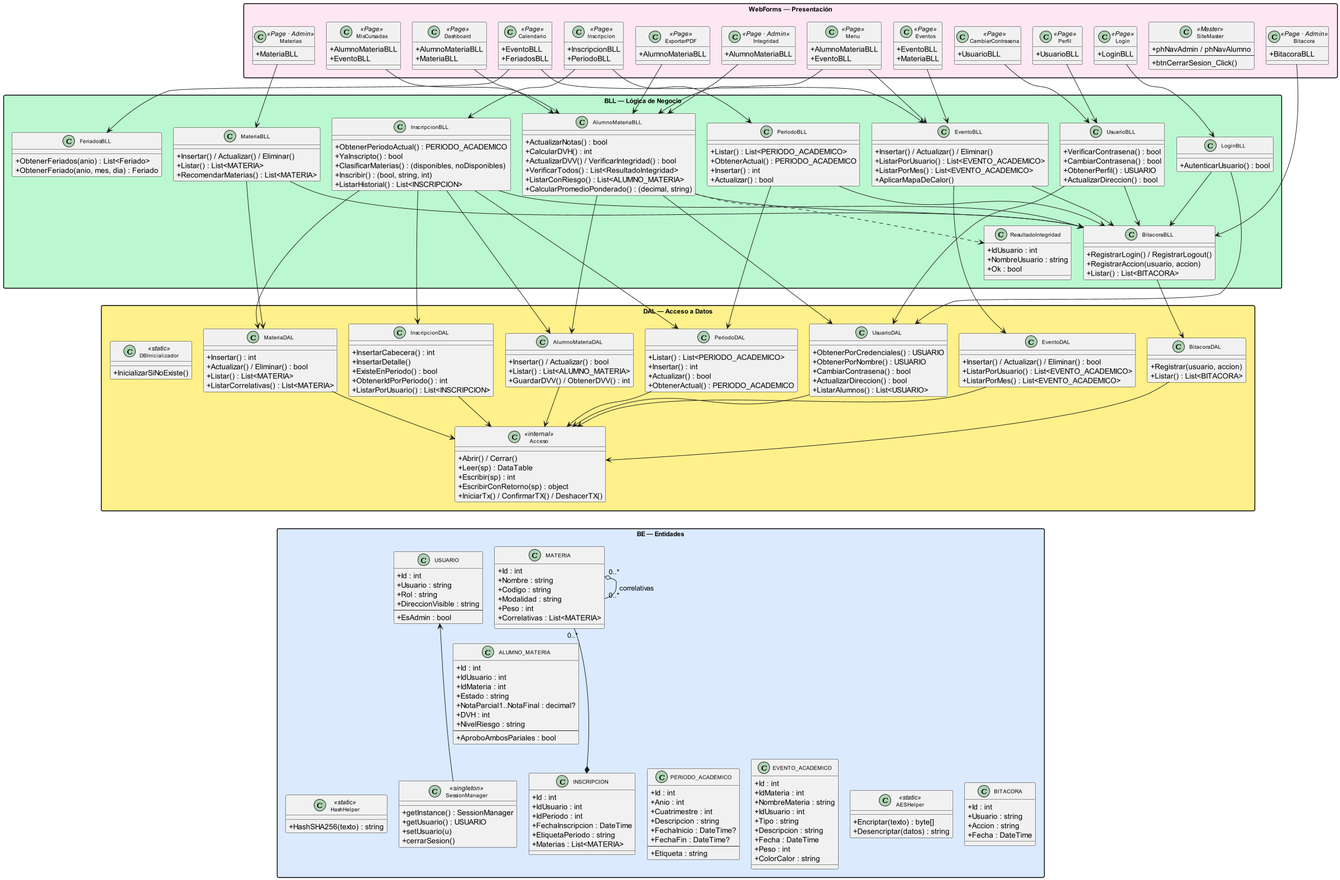
The PlantUML diagram DIAGRAMAS/DiagramaClases.png in Urrels/tpDYAWeb, before a commit.
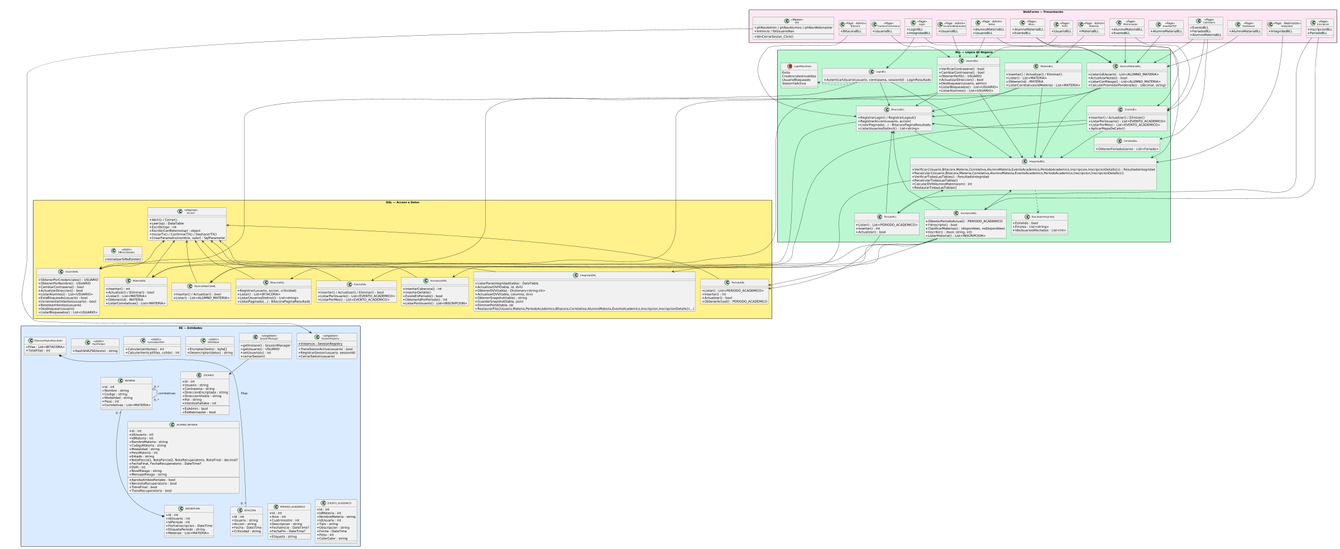
After the commit.

The edit, as a diff of the source:
```diff
@@ -1,4 +1,4 @@
-@startuml DiagramaClases
+@startuml
 top to bottom direction
 skinparam packageStyle rectangle
 skinparam classAttributeIconSize 0
@@ -14,10 +14,14 @@
   class USUARIO {
     +Id : int
     +Usuario : string
+    +Contrasena : string
+    +DireccionEncriptada : string
+    +DireccionVisible : string
     +Rol : string
-    +DireccionVisible : string
+    +IntentosFallidos : int
     --
     +EsAdmin : bool
+    +EsWebmaster : bool
   }
 
   class MATERIA {
@@ -33,12 +37,21 @@
     +Id : int
     +IdUsuario : int
     +IdMateria : int
+    +NombreMateria : string
+    +CodigoMateria : string
+    +Modalidad : string
+    +PesoMateria : int
     +Estado : string
-    +NotaParcial1..NotaFinal : decimal?
+    +NotaParcial1, NotaParcial2, NotaRecuperatorio, NotaFinal : decimal?
+    +FechaFinal, FechaRecuperatorio : DateTime?
     +DVH : int
     +NivelRiesgo : string
+    +MensajeRiesgo : string
     --
     +AproboAmbosPariales : bool
+    +NecesitaRecuperatorio : bool
+    +TieneFinal : bool
+    +TieneRecuperatorio : bool
   }
 
   class INSCRIPCION {
@@ -78,6 +91,12 @@
     +Usuario : string
     +Accion : string
     +Fecha : DateTime
+    +Criticidad : string
+  }
+
+  class BitacoraPaginaResultado {
+    +Filas : List<BITACORA>
+    +TotalFilas : int
   }
 
   class AESHelper <<static>> {
@@ -89,26 +108,42 @@
     +HashSHA256(texto) : string
   }
 
+  class CalculadorDVH <<static>> {
+    +Calcular(atributos) : int
+    +CalcularVertical(filas, colIdx) : int
+  }
+
   class SessionManager <<singleton>> {
-    +getInstance() : SessionManager
+    +getInstane() : SessionManager
     +getUsuario() : USUARIO
-    +setUsuario(u)
+    +setUsuario(u) : int
     +cerrarSesion()
+  }
+
+  class SessionRegistry <<singleton>> {
+    +Instancia : SessionRegistry {static}
+    +TieneSesionActiva(usuario) : bool
+    +RegistrarSesion(usuario, sessionId)
+    +CerrarSesion(usuario)
   }
 
   MATERIA "0..*" o-- "0..*" MATERIA : correlativas
   INSCRIPCION *-- "0..*" MATERIA
+  BitacoraPaginaResultado *-- "0..*" BITACORA : Filas
   SessionManager --> USUARIO
 
-  USUARIO          -[hidden]right-> MATERIA
-  MATERIA          -[hidden]right-> ALUMNO_MATERIA
-  ALUMNO_MATERIA   -[hidden]right-> INSCRIPCION
-  INSCRIPCION      -[hidden]right-> PERIODO_ACADEMICO
-  PERIODO_ACADEMICO -[hidden]right-> EVENTO_ACADEMICO
-  EVENTO_ACADEMICO -[hidden]right-> BITACORA
-  BITACORA         -[hidden]right-> AESHelper
-  AESHelper        -[hidden]right-> HashHelper
-  HashHelper       -[hidden]right-> SessionManager
+  USUARIO               -[hidden]right-> MATERIA
+  MATERIA                -[hidden]right-> ALUMNO_MATERIA
+  ALUMNO_MATERIA         -[hidden]right-> INSCRIPCION
+  INSCRIPCION            -[hidden]right-> PERIODO_ACADEMICO
+  PERIODO_ACADEMICO      -[hidden]right-> EVENTO_ACADEMICO
+  EVENTO_ACADEMICO       -[hidden]right-> BITACORA
+  BITACORA               -[hidden]right-> BitacoraPaginaResultado
+  BitacoraPaginaResultado -[hidden]right-> AESHelper
+  AESHelper              -[hidden]right-> HashHelper
+  HashHelper             -[hidden]right-> CalculadorDVH
+  CalculadorDVH          -[hidden]right-> SessionManager
+  SessionManager         -[hidden]right-> SessionRegistry
 }
 
 package "DAL — Acceso a Datos" as DAL #FEF08A {
@@ -119,6 +154,7 @@
     +Escribir(sp) : int
     +EscribirConRetorno(sp) : object
     +IniciarTx() / ConfirmarTX() / DeshacerTX()
+    +CrearParametro(nombre, valor) : SqlParameter
   }
 
   class DBInicializador <<static>> {
@@ -131,19 +167,24 @@
     +CambiarContrasena() : bool
     +ActualizarDireccion() : bool
     +ListarAlumnos() : List<USUARIO>
+    +EstaBloqueado(usuario) : bool
+    +IncrementarIntentos(usuario) : bool
+    +ResetearIntentos(usuario)
+    +Desbloquear(usuario)
+    +ListarBloqueados() : List<USUARIO>
   }
 
   class MateriaDAL {
     +Insertar() : int
     +Actualizar() / Eliminar() : bool
     +Listar() : List<MATERIA>
+    +Obtener(id) : MATERIA
     +ListarCorrelativas() : List<MATERIA>
   }
 
   class AlumnoMateriaDAL {
     +Insertar() / Actualizar() : bool
     +Listar() : List<ALUMNO_MATERIA>
-    +GuardarDVV() / ObtenerDVV() : int
   }
 
   class InscripcionDAL {
@@ -162,14 +203,27 @@
   }
 
   class BitacoraDAL {
-    +Registrar(usuario, accion)
+    +Registrar(usuario, accion, criticidad)
     +Listar() : List<BITACORA>
+    +ListarUsuariosDistinct() : List<string>
+    +ListarPaginado(...) : BitacoraPaginaResultado
   }
 
   class EventoDAL {
     +Insertar() / Actualizar() / Eliminar() : bool
     +ListarPorUsuario() : List<EVENTO_ACADEMICO>
     +ListarPorMes() : List<EVENTO_ACADEMICO>
+  }
+
+  class IntegridadDAL {
+    +ListarParaIntegridad(tabla) : DataTable
+    +ActualizarDVH(tabla, id, dvh)
+    +ObtenerDVV(tabla) : Dictionary<string,int>
+    +ActualizarDVV(tabla, columna, dvv)
+    +ObtenerSnapshot(tabla) : string
+    +GuardarSnapshot(tabla, json)
+    +EliminarPorId(tabla, id)
+    +RestaurarFila{Usuario,Materia,PeriodoAcademico,Bitacora,Correlativa,AlumnoMateria,EventoAcademico,Inscripcion,InscripcionDetalle}(...)
   }
 
   UsuarioDAL       --> Acceso
@@ -179,12 +233,30 @@
   PeriodoDAL       --> Acceso
   BitacoraDAL      --> Acceso
   EventoDAL        --> Acceso
+  IntegridadDAL    --> Acceso
+
+  Acceso           -[hidden]right-> DBInicializador
+  DBInicializador  -[hidden]right-> UsuarioDAL
+  UsuarioDAL       -[hidden]right-> MateriaDAL
+  MateriaDAL       -[hidden]right-> AlumnoMateriaDAL
+  AlumnoMateriaDAL -[hidden]right-> InscripcionDAL
+  InscripcionDAL   -[hidden]right-> PeriodoDAL
+  PeriodoDAL       -[hidden]right-> BitacoraDAL
+  BitacoraDAL      -[hidden]right-> EventoDAL
+  EventoDAL        -[hidden]right-> IntegridadDAL
 }
 
 package "BLL — Lógica de Negocio" as BLL #BBF7D0 {
 
+  enum LoginResultado {
+    Exito
+    CredencialesInvalidas
+    UsuarioBloqueado
+    SesionYaActiva
+  }
+
   class LoginBLL {
-    +AutenticarUsuario() : bool
+    +AutenticarUsuario(usuario, contrasena, sessionId) : LoginResultado
   }
 
   class UsuarioBLL {
@@ -192,27 +264,29 @@
     +CambiarContrasena() : bool
     +ObtenerPerfil() : USUARIO
     +ActualizarDireccion() : bool
+    +Desbloquear(usuario, admin)
+    +ListarBloqueados() : List<USUARIO>
+    +ListarAlumnos() : List<USUARIO>
   }
 
   class MateriaBLL {
     +Insertar() / Actualizar() / Eliminar()
     +Listar() : List<MATERIA>
-    +RecomendarMaterias() : List<MATERIA>
+    +Obtener(id) : MATERIA
+    +ListarCorrelativas(idMateria) : List<MATERIA>
   }
 
   class AlumnoMateriaBLL {
+    +Listar(idUsuario) : List<ALUMNO_MATERIA>
     +ActualizarNotas() : bool
-    +CalcularDVH() : int
-    +ActualizarDVV() / VerificarIntegridad() : bool
-    +VerificarTodos() : List<ResultadoIntegridad>
     +ListarConRiesgo() : List<ALUMNO_MATERIA>
     +CalcularPromedioPonderado() : (decimal, string)
   }
 
   class ResultadoIntegridad {
-    +IdUsuario : int
-    +NombreUsuario : string
-    +Ok : bool
+    +EsValido : bool
+    +Errores : List<string>
+    +IdsUsuariosAfectados : List<int>
   }
 
   class InscripcionBLL {
@@ -225,7 +299,6 @@
 
   class PeriodoBLL {
     +Listar() : List<PERIODO_ACADEMICO>
-    +ObtenerActual() : PERIODO_ACADEMICO
     +Insertar() : int
     +Actualizar() : bool
   }
@@ -233,7 +306,8 @@
   class BitacoraBLL {
     +RegistrarLogin() / RegistrarLogout()
     +RegistrarAccion(usuario, accion)
-    +Listar() : List<BITACORA>
+    +ListarPaginado(...) : BitacoraPaginaResultado
+    +ListarUsuariosDistinct() : List<string>
   }
 
   class EventoBLL {
@@ -245,42 +319,73 @@
 
   class FeriadosBLL {
     +ObtenerFeriados(anio) : List<Feriado>
-    +ObtenerFeriado(anio, mes, dia) : Feriado
   }
 
-  AlumnoMateriaBLL ..> ResultadoIntegridad
+  class IntegridadBLL {
+    +Verificar{Usuario,Bitacora,Materia,Correlativa,AlumnoMateria,EventoAcademico,PeriodoAcademico,Inscripcion,InscripcionDetalle}() : ResultadoIntegridad
+    +Recalcular{Usuario,Bitacora,Materia,Correlativa,AlumnoMateria,EventoAcademico,PeriodoAcademico,Inscripcion,InscripcionDetalle}()
+    +VerificarTodasLasTablas() : ResultadoIntegridad
+    +RecalcularTodasLasTablas()
+    +CalcularDVHAlumnoMateria(am) : int
+    +RestaurarTodasLasTablas()
+  }
+
+  LoginBLL         ..> LoginResultado
+  IntegridadBLL    ..> ResultadoIntegridad
 
   LoginBLL         --> UsuarioDAL
   LoginBLL         --> BitacoraBLL
+  LoginBLL         --> IntegridadBLL
   UsuarioBLL       --> UsuarioDAL
   UsuarioBLL       --> BitacoraBLL
+  UsuarioBLL       --> IntegridadBLL
   MateriaBLL       --> MateriaDAL
   MateriaBLL       --> BitacoraBLL
+  MateriaBLL       --> IntegridadBLL
   AlumnoMateriaBLL --> AlumnoMateriaDAL
   AlumnoMateriaBLL --> BitacoraBLL
-  AlumnoMateriaBLL --> UsuarioDAL
+  AlumnoMateriaBLL --> IntegridadBLL
   InscripcionBLL   --> InscripcionDAL
   InscripcionBLL   --> PeriodoDAL
   InscripcionBLL   --> AlumnoMateriaDAL
   InscripcionBLL   --> MateriaDAL
   InscripcionBLL   --> BitacoraBLL
+  InscripcionBLL   --> IntegridadBLL
   PeriodoBLL       --> PeriodoDAL
   PeriodoBLL       --> BitacoraBLL
+  PeriodoBLL       --> IntegridadBLL
   BitacoraBLL      --> BitacoraDAL
+  BitacoraBLL      --> IntegridadBLL
   EventoBLL        --> EventoDAL
   EventoBLL        --> BitacoraBLL
+  EventoBLL        --> IntegridadBLL
+  IntegridadBLL    --> IntegridadDAL
+
+  LoginBLL         -[hidden]right-> LoginResultado
+  LoginResultado   -[hidden]right-> UsuarioBLL
+  UsuarioBLL       -[hidden]right-> MateriaBLL
+  MateriaBLL       -[hidden]right-> AlumnoMateriaBLL
+  AlumnoMateriaBLL -[hidden]right-> ResultadoIntegridad
+  ResultadoIntegridad -[hidden]right-> InscripcionBLL
+  InscripcionBLL   -[hidden]right-> PeriodoBLL
+  PeriodoBLL       -[hidden]right-> BitacoraBLL
+  BitacoraBLL      -[hidden]right-> EventoBLL
+  EventoBLL        -[hidden]right-> FeriadosBLL
+  FeriadosBLL      -[hidden]right-> IntegridadBLL
 }
 
 package "WebForms — Presentación" as WEB #FCE7F3 {
 
-  class SiteMaster <<Master>> {
-    +phNavAdmin / phNavAlumno
+  class Site <<Master>> {
+    +phNavAdmin / phNavAlumno / phNavWebmaster
+    +lnkInicio / lblUsuarioNav
     --
     +btnCerrarSesion_Click()
   }
 
   class Login <<Page>> {
     +LoginBLL
+    +IntegridadBLL
   }
 
   class Menu <<Page>> {
@@ -300,12 +405,12 @@
 
   class Dashboard <<Page>> {
     +AlumnoMateriaBLL
-    +MateriaBLL
   }
 
   class Calendario <<Page>> {
     +EventoBLL
     +FeriadosBLL
+    +AlumnoMateriaBLL
   }
 
   class Perfil <<Page>> {
@@ -316,11 +421,6 @@
     +UsuarioBLL
   }
 
-  class Eventos <<Page>> {
-    +EventoBLL
-    +MateriaBLL
-  }
-
   class ExportarPDF <<Page>> {
     +AlumnoMateriaBLL
   }
@@ -329,60 +429,100 @@
     +MateriaBLL
   }
 
+  class Notas <<Page · Admin>> {
+    +AlumnoMateriaBLL
+    +UsuarioBLL
+  }
+
   class Bitacora <<Page · Admin>> {
     +BitacoraBLL
   }
 
-  class Integridad <<Page · Admin>> {
-    +AlumnoMateriaBLL
+  class UsuariosBloqueados <<Page · Admin>> {
+    +UsuarioBLL
+  }
+
+  class Integridad <<Page · Webmaster>> {
+    +IntegridadBLL
   }
 
   Login             --> LoginBLL
+  Login             --> IntegridadBLL
   Menu              --> AlumnoMateriaBLL
   Menu              --> EventoBLL
   Inscripcion       --> InscripcionBLL
   Inscripcion       --> PeriodoBLL
   MisCursadas       --> AlumnoMateriaBLL
+  MisCursadas       --> EventoBLL
   Dashboard         --> AlumnoMateriaBLL
   Calendario        --> EventoBLL
   Calendario        --> FeriadosBLL
+  Calendario        --> AlumnoMateriaBLL
   Perfil            --> UsuarioBLL
   CambiarContrasena --> UsuarioBLL
-  Eventos           --> EventoBLL
   ExportarPDF       --> AlumnoMateriaBLL
   Materias          --> MateriaBLL
+  Notas             --> AlumnoMateriaBLL
+  Notas             --> UsuarioBLL
   Bitacora          --> BitacoraBLL
-  Integridad        --> AlumnoMateriaBLL
+  UsuariosBloqueados --> UsuarioBLL
+  Integridad        --> IntegridadBLL
+
+  Site               -[hidden]right-> Login
+  Login              -[hidden]right-> Menu
+  Menu               -[hidden]right-> Inscripcion
+  Inscripcion        -[hidden]right-> MisCursadas
+  MisCursadas        -[hidden]right-> Dashboard
+  Dashboard          -[hidden]right-> Calendario
+  Calendario         -[hidden]right-> Perfil
+  Perfil             -[hidden]right-> CambiarContrasena
+  CambiarContrasena  -[hidden]right-> ExportarPDF
+  ExportarPDF        -[hidden]right-> Materias
+  Materias           -[hidden]right-> Notas
+  Notas              -[hidden]right-> Bitacora
+  Bitacora           -[hidden]right-> UsuariosBloqueados
+  UsuariosBloqueados -[hidden]right-> Integridad
 }
 
-SiteMaster       -[hidden]down-> LoginBLL
-Login            -[hidden]down-> UsuarioBLL
-Dashboard        -[hidden]down-> MateriaBLL
-Eventos          -[hidden]down-> AlumnoMateriaBLL
-Calendario       -[hidden]down-> InscripcionBLL
-ExportarPDF      -[hidden]down-> PeriodoBLL
-Bitacora         -[hidden]down-> BitacoraBLL
-Integridad       -[hidden]down-> EventoBLL
-MisCursadas      -[hidden]down-> FeriadosBLL
+Site --> SessionRegistry
 
-LoginBLL         -[hidden]down-> Acceso
-UsuarioBLL       -[hidden]down-> UsuarioDAL
-MateriaBLL       -[hidden]down-> MateriaDAL
-AlumnoMateriaBLL -[hidden]down-> AlumnoMateriaDAL
-InscripcionBLL   -[hidden]down-> InscripcionDAL
-PeriodoBLL       -[hidden]down-> PeriodoDAL
-BitacoraBLL      -[hidden]down-> BitacoraDAL
-EventoBLL        -[hidden]down-> EventoDAL
-FeriadosBLL      -[hidden]down-> DBInicializador
+Site               -[hidden]down-> LoginBLL
+Login              -[hidden]down-> LoginResultado
+Menu               -[hidden]down-> UsuarioBLL
+Inscripcion        -[hidden]down-> MateriaBLL
+MisCursadas        -[hidden]down-> AlumnoMateriaBLL
+Dashboard          -[hidden]down-> ResultadoIntegridad
+Calendario         -[hidden]down-> InscripcionBLL
+Perfil             -[hidden]down-> PeriodoBLL
+CambiarContrasena  -[hidden]down-> BitacoraBLL
+ExportarPDF        -[hidden]down-> FeriadosBLL
+Materias           -[hidden]down-> IntegridadBLL
+Notas              -[hidden]down-> MateriaBLL
+Bitacora           -[hidden]down-> LoginBLL
+UsuariosBloqueados -[hidden]down-> UsuarioBLL
+Integridad         -[hidden]down-> IntegridadBLL
+
+LoginBLL         -[hidden]down-> UsuarioDAL
+LoginResultado   -[hidden]down-> Acceso
+UsuarioBLL       -[hidden]down-> MateriaDAL
+MateriaBLL       -[hidden]down-> AlumnoMateriaDAL
+AlumnoMateriaBLL -[hidden]down-> InscripcionDAL
+ResultadoIntegridad -[hidden]down-> PeriodoDAL
+InscripcionBLL   -[hidden]down-> BitacoraDAL
+PeriodoBLL       -[hidden]down-> EventoDAL
+BitacoraBLL      -[hidden]down-> IntegridadDAL
+EventoBLL        -[hidden]down-> DBInicializador
+FeriadosBLL      -[hidden]down-> UsuarioDAL
+IntegridadBLL    -[hidden]down-> IntegridadDAL
 
 Acceso           -[hidden]down-> USUARIO
-UsuarioDAL       -[hidden]down-> MATERIA
-MateriaDAL       -[hidden]down-> ALUMNO_MATERIA
-AlumnoMateriaDAL -[hidden]down-> INSCRIPCION
-InscripcionDAL   -[hidden]down-> PERIODO_ACADEMICO
-PeriodoDAL       -[hidden]down-> EVENTO_ACADEMICO
-BitacoraDAL      -[hidden]down-> BITACORA
+DBInicializador  -[hidden]down-> MATERIA
+UsuarioDAL       -[hidden]down-> ALUMNO_MATERIA
+MateriaDAL       -[hidden]down-> INSCRIPCION
+AlumnoMateriaDAL -[hidden]down-> PERIODO_ACADEMICO
+InscripcionDAL   -[hidden]down-> EVENTO_ACADEMICO
+PeriodoDAL       -[hidden]down-> BITACORA
+BitacoraDAL      -[hidden]down-> BitacoraPaginaResultado
 EventoDAL        -[hidden]down-> AESHelper
-DBInicializador  -[hidden]down-> HashHelper
-
+IntegridadDAL    -[hidden]down-> HashHelper
 @enduml
```
